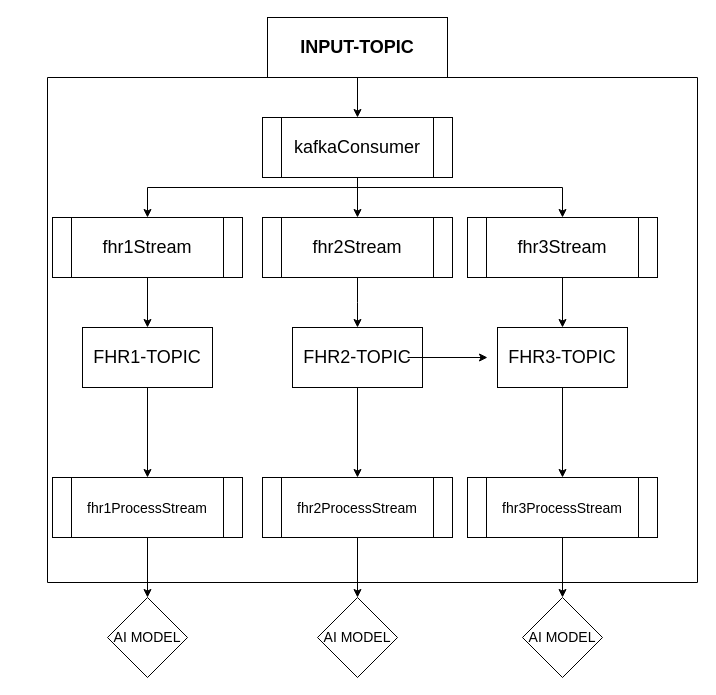
Arj2001/flinkGEPOC keeps this draw.io diagram as Untitled Diagram.drawio. Above is the earlier version. Source tidied: cells renumbered, new cells numbered last; positions are measured from the earlier drawing's top-left corner, leaving out a move shared by most shapes. Both pictures are drawn from the tidied source at 100%, with x=0, y=0 at pixel (47, 17).
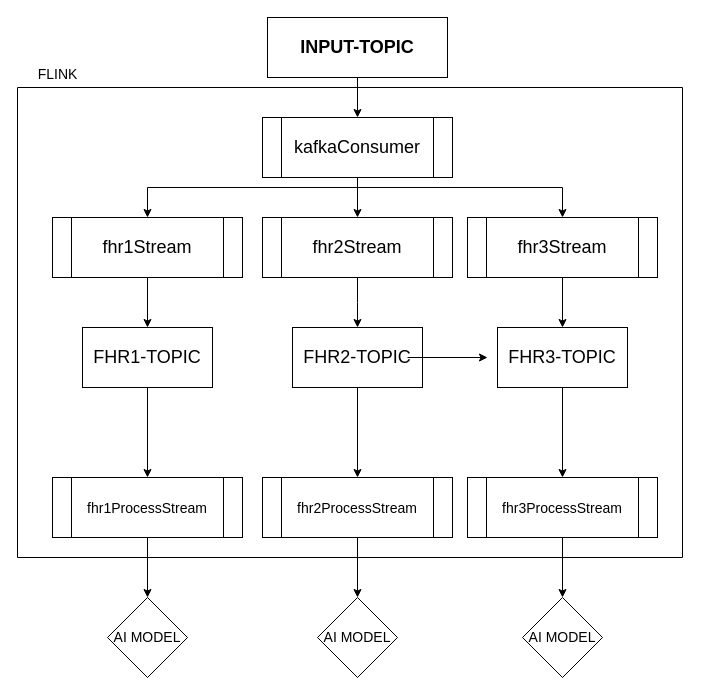
After the change.

What changed in the source:
```diff
@@
+    <mxCell id="32" style="group;" parent="1" vertex="1">
+      <mxGeometry x="-30" y="70" width="665" height="470" as="geometry" />
+    </mxCell>
-    <mxCell id="30" style="endArrow=none;html=1;rounded=0;fontSize=14;" parent="1" edge="1">
+    <mxCell id="30" style="endArrow=none;html=1;rounded=0;fontSize=14;" parent="32" edge="1">
       <mxGeometry relative="1" as="geometry">
-        <mxPoint y="60" as="sourcePoint" />
-        <mxPoint x="650" y="60" as="targetPoint" />
+        <mxPoint as="sourcePoint" />
+        <mxPoint x="665" as="targetPoint" />
         <Array as="points">
-          <mxPoint y="565" />
-          <mxPoint x="650" y="565" />
+          <mxPoint y="470" />
+          <mxPoint x="665" y="470" />
         </Array>
       </mxGeometry>
     </mxCell>
-    <mxCell id="31" style="endArrow=none;html=1;rounded=0;fontSize=14;" parent="1" edge="1">
+    <mxCell id="31" style="endArrow=none;html=1;rounded=0;fontSize=14;" parent="32" edge="1">
       <mxGeometry relative="1" as="geometry">
-        <mxPoint y="60" as="sourcePoint" />
-        <mxPoint x="650" y="60" as="targetPoint" />
+        <mxPoint as="sourcePoint" />
+        <mxPoint x="665" as="targetPoint" />
       </mxGeometry>
     </mxCell>
+    <mxCell id="33" value="&lt;div&gt;FLINK&lt;/div&gt;&lt;div&gt;&lt;br&gt;&lt;/div&gt;" style="text;html=1;align=center;verticalAlign=middle;strokeColor=none;fillColor=none;fontSize=14;" parent="1" vertex="1">
+      <mxGeometry x="-20" y="40" width="60" height="50" as="geometry" />
+    </mxCell>
```
